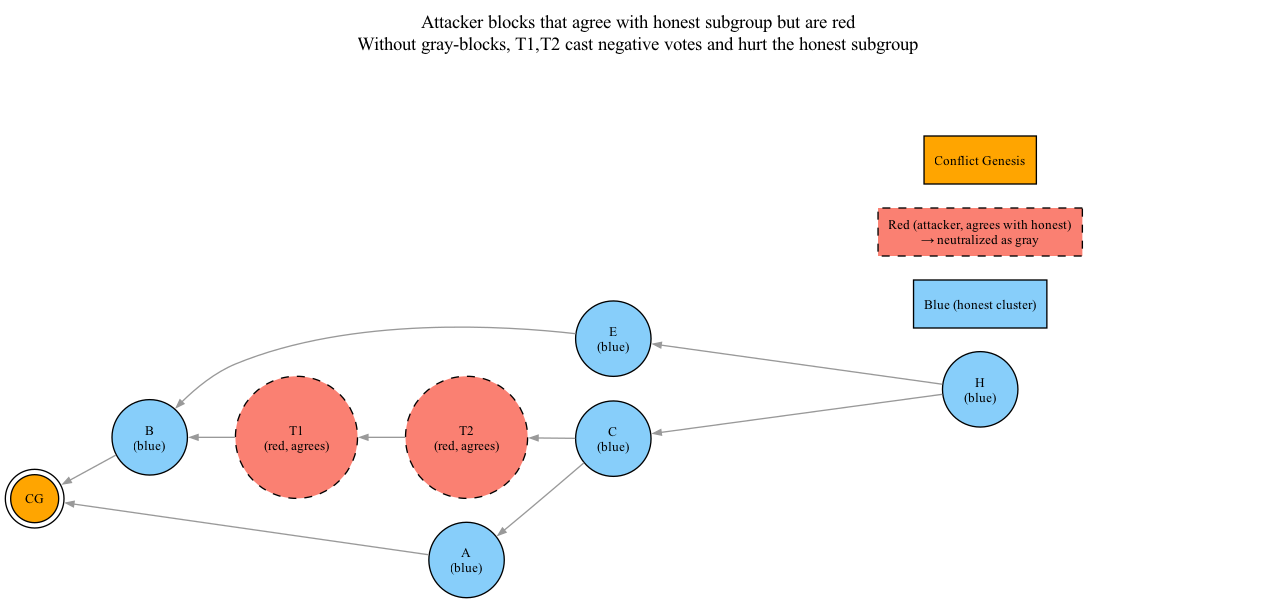
Above: png/06-representative-problem.png in coderofstuff/dk-wiki (Graphviz), before the change. Its source is kept beside it as dot/06-representative-problem.dot. Its diagram source:
```dot
digraph representative_problem {
    rankdir=RL;
    node [shape=circle, style=filled, fontsize=10];
    edge [arrowsize=0.6, color=gray60];

    label="Attacker blocks that agree with honest subgroup but are red\nWithout gray-blocks, T1,T2 cast negative votes and hurt the honest subgroup";
    labelloc=t;

    H [label="H\n(blue)", fillcolor=lightskyblue];
    E [label="E\n(blue)", fillcolor=lightskyblue];
    B [label="B\n(blue)", fillcolor=lightskyblue];
    C [label="C\n(blue)", fillcolor=lightskyblue];
    A [label="A\n(blue)", fillcolor=lightskyblue];
    T1 [label="T1\n(red, agrees)", fillcolor=salmon, style="filled,dashed"];
    T2 [label="T2\n(red, agrees)", fillcolor=salmon, style="filled,dashed"];
    CG [label="CG", fillcolor=orange, shape=doublecircle];

    H -> E;
    H -> C;
    E -> B;
    C -> A;
    C -> T2;
    T2 -> T1;
    T1 -> B;
    B -> CG;
    A -> CG;

    subgraph cluster_legend {
        style=invis;
        L_BLUE [label="Blue (honest cluster)", fillcolor=lightskyblue, shape=box, style=filled];
        L_RED [label="Red (attacker, agrees with honest)\n→ neutralized as gray", fillcolor=salmon, shape=box, style="filled,dashed"];
        L_CG [label="Conflict Genesis", fillcolor=orange, shape=box, style=filled];
    }
}
```
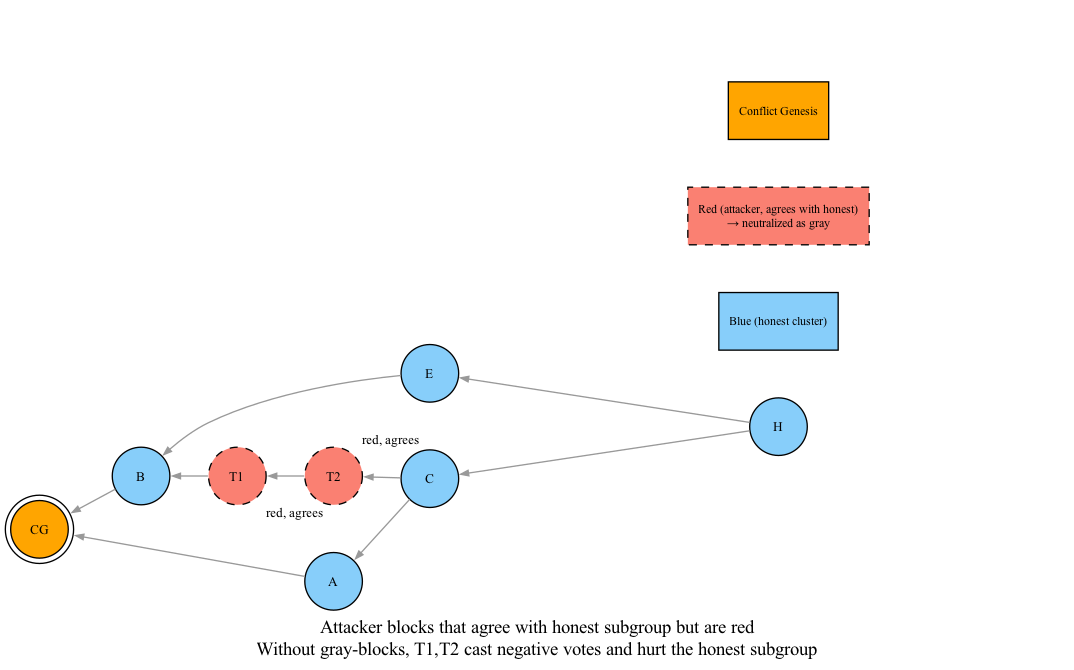
The same file after the commit.

Change to the diagram source:
```diff
@@ -1,18 +1,19 @@
 digraph representative_problem {
     rankdir=RL;
-    node [shape=circle, style=filled, fontsize=10];
+    nodesep=0.5;
+    ranksep=0.4;
+    node [shape=circle, style=filled, fontsize=10, width=0.6, height=0.6];
     edge [arrowsize=0.6, color=gray60];
 
     label="Attacker blocks that agree with honest subgroup but are red\nWithout gray-blocks, T1,T2 cast negative votes and hurt the honest subgroup";
-    labelloc=t;
 
-    H [label="H\n(blue)", fillcolor=lightskyblue];
-    E [label="E\n(blue)", fillcolor=lightskyblue];
-    B [label="B\n(blue)", fillcolor=lightskyblue];
-    C [label="C\n(blue)", fillcolor=lightskyblue];
-    A [label="A\n(blue)", fillcolor=lightskyblue];
-    T1 [label="T1\n(red, agrees)", fillcolor=salmon, style="filled,dashed"];
-    T2 [label="T2\n(red, agrees)", fillcolor=salmon, style="filled,dashed"];
+    H [label="H", fillcolor=lightskyblue];
+    E [label="E", fillcolor=lightskyblue];
+    B [label="B", fillcolor=lightskyblue];
+    C [label="C", fillcolor=lightskyblue];
+    A [label="A", fillcolor=lightskyblue];
+    T1 [label="T1", fillcolor=salmon, style="filled,dashed", xlabel="red, agrees"];
+    T2 [label="T2", fillcolor=salmon, style="filled,dashed", xlabel="red, agrees"];
     CG [label="CG", fillcolor=orange, shape=doublecircle];
 
     H -> E;
@@ -27,8 +28,8 @@
 
     subgraph cluster_legend {
         style=invis;
-        L_BLUE [label="Blue (honest cluster)", fillcolor=lightskyblue, shape=box, style=filled];
-        L_RED [label="Red (attacker, agrees with honest)\n→ neutralized as gray", fillcolor=salmon, shape=box, style="filled,dashed"];
-        L_CG [label="Conflict Genesis", fillcolor=orange, shape=box, style=filled];
+        L_BLUE [label="Blue (honest cluster)", fillcolor=lightskyblue, shape=box, style=filled, fontsize=9];
+        L_RED [label="Red (attacker, agrees with honest)\n→ neutralized as gray", fillcolor=salmon, shape=box, style="filled,dashed", fontsize=9];
+        L_CG [label="Conflict Genesis", fillcolor=orange, shape=box, style=filled, fontsize=9];
     }
 }
```
